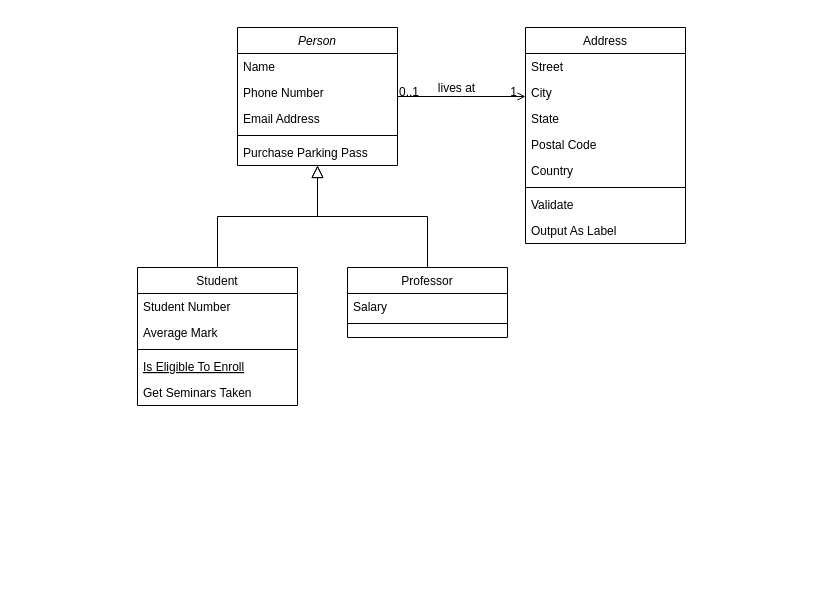
Earlier version of the draw.io diagram lab1/Shapes/Shapes.drawio (KRASILNIKOV30/ood). Source tidied: cells renumbered, new cells numbered last; positions are measured from the earlier drawing's top-left corner, leaving out a move shared by most shapes. Both pictures are drawn from the tidied source at 100%, with x=0, y=0 at pixel (137, 27).
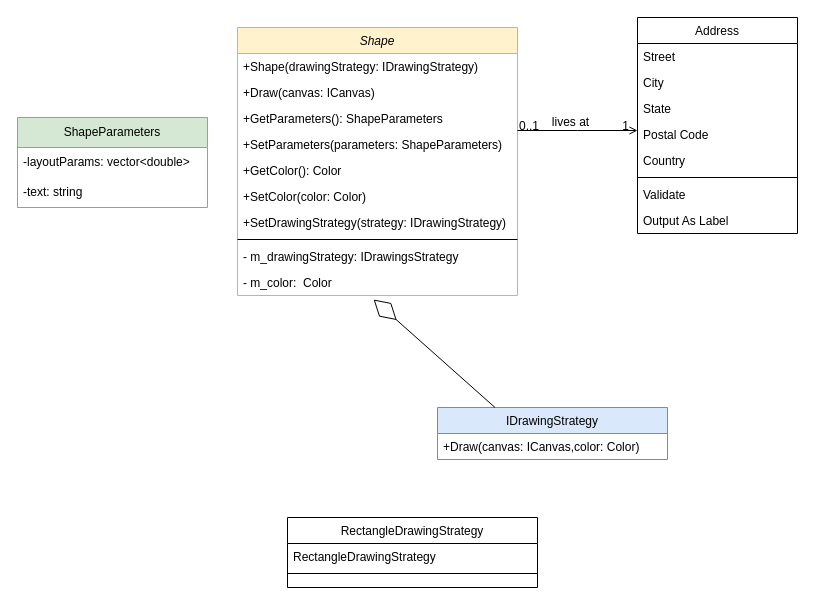
The same diagram, later.

What changed in the source:
```diff
@@
-    <mxCell id="2" value="Person" style="swimlane;fontStyle=2;align=center;verticalAlign=top;horizontal=1;startSize=26;rounded=0;shadow=0;strokeWidth=1;" parent="1" vertex="1">
-      <mxGeometry x="100" width="160" height="138" as="geometry" />
+    <mxCell id="2" value="Shape" style="swimlane;fontStyle=2;align=center;verticalAlign=top;horizontal=1;startSize=26;rounded=0;shadow=0;strokeWidth=1;fillColor=#fff2cc;strokeColor=#d6b656;" parent="1" vertex="1">
+      <mxGeometry x="100" width="280" height="268" as="geometry" />
     </mxCell>
-    <mxCell id="3" value="Name" style="text;align=left;verticalAlign=top;spacingLeft=4;spacingRight=4;overflow=hidden;" parent="2" vertex="1">
-      <mxGeometry y="26" width="160" height="26" as="geometry" />
+    <mxCell id="3" value="+Shape(drawingStrategy: IDrawingStrategy)" style="text;align=left;verticalAlign=top;spacingLeft=4;spacingRight=4;overflow=hidden;" parent="2" vertex="1">
+      <mxGeometry y="26" width="280" height="26" as="geometry" />
     </mxCell>
-    <mxCell id="4" value="Phone Number" style="text;align=left;verticalAlign=top;spacingLeft=4;spacingRight=4;overflow=hidden;rounded=0;shadow=0;html=0;" parent="2" vertex="1">
-      <mxGeometry y="52" width="160" height="26" as="geometry" />
+    <mxCell id="4" value="+Draw(canvas: ICanvas)" style="text;align=left;verticalAlign=top;spacingLeft=4;spacingRight=4;overflow=hidden;rounded=0;shadow=0;html=0;" parent="2" vertex="1">
+      <mxGeometry y="52" width="280" height="26" as="geometry" />
     </mxCell>
-    <mxCell id="5" value="Email Address" style="text;align=left;verticalAlign=top;spacingLeft=4;spacingRight=4;overflow=hidden;rounded=0;shadow=0;html=0;" parent="2" vertex="1">
-      <mxGeometry y="78" width="160" height="26" as="geometry" />
+    <mxCell id="5" value="+GetParameters(): ShapeParameters" style="text;align=left;verticalAlign=top;spacingLeft=4;spacingRight=4;overflow=hidden;rounded=0;shadow=0;html=0;" parent="2" vertex="1">
+      <mxGeometry y="78" width="280" height="26" as="geometry" />
     </mxCell>
+    <mxCell id="32" value="+SetParameters(parameters: ShapeParameters)" style="text;align=left;verticalAlign=top;spacingLeft=4;spacingRight=4;overflow=hidden;rounded=0;shadow=0;html=0;" parent="2" vertex="1">
+      <mxGeometry y="104" width="280" height="26" as="geometry" />
+    </mxCell>
+    <mxCell id="33" value="+GetColor(): Color&#10;" style="text;align=left;verticalAlign=top;spacingLeft=4;spacingRight=4;overflow=hidden;rounded=0;shadow=0;html=0;" parent="2" vertex="1">
+      <mxGeometry y="130" width="280" height="26" as="geometry" />
+    </mxCell>
+    <mxCell id="34" value="+SetColor(color: Color)" style="text;align=left;verticalAlign=top;spacingLeft=4;spacingRight=4;overflow=hidden;rounded=0;shadow=0;html=0;" parent="2" vertex="1">
+      <mxGeometry y="156" width="280" height="26" as="geometry" />
+    </mxCell>
+    <mxCell id="35" value="+SetDrawingStrategy(strategy: IDrawingStrategy)" style="text;align=left;verticalAlign=top;spacingLeft=4;spacingRight=4;overflow=hidden;rounded=0;shadow=0;html=0;" parent="2" vertex="1">
+      <mxGeometry y="182" width="280" height="26" as="geometry" />
+    </mxCell>
     <mxCell id="6" style="line;html=1;strokeWidth=1;align=left;verticalAlign=middle;spacingTop=-1;spacingLeft=3;spacingRight=3;labelPosition=right;" parent="2" vertex="1">
-      <mxGeometry y="104" width="160" height="8" as="geometry" />
+      <mxGeometry y="208" width="280" height="8" as="geometry" />
     </mxCell>
-    <mxCell id="7" value="Purchase Parking Pass" style="text;align=left;verticalAlign=top;spacingLeft=4;spacingRight=4;overflow=hidden;" parent="2" vertex="1">
-      <mxGeometry y="112" width="160" height="26" as="geometry" />
+    <mxCell id="7" value="- m_drawingStrategy: IDrawingsStrategy" style="text;align=left;verticalAlign=top;spacingLeft=4;spacingRight=4;overflow=hidden;" parent="2" vertex="1">
+      <mxGeometry y="216" width="280" height="26" as="geometry" />
     </mxCell>
+    <mxCell id="36" value="- m_color:  Color" style="text;align=left;verticalAlign=top;spacingLeft=4;spacingRight=4;overflow=hidden;points=[[0,0.5],[1,0.5]];portConstraint=eastwest;" parent="2" vertex="1">
+      <mxGeometry y="242" width="280" height="26" as="geometry" />
+    </mxCell>
-    <mxCell id="8" value="Student" style="swimlane;fontStyle=0;align=center;verticalAlign=top;horizontal=1;startSize=26;rounded=0;shadow=0;strokeWidth=1;" parent="1" vertex="1">
-      <mxGeometry y="240" width="160" height="138" as="geometry" />
+    <mxCell id="8" value="IDrawingStrategy" style="swimlane;fontStyle=0;align=center;verticalAlign=top;horizontal=1;startSize=26;rounded=0;shadow=0;strokeWidth=1;fillColor=#dae8fc;strokeColor=#6c8ebf;" parent="1" vertex="1">
+      <mxGeometry x="300" y="380" width="230" height="52" as="geometry" />
     </mxCell>
-    <mxCell id="9" value="Student Number" style="text;align=left;verticalAlign=top;spacingLeft=4;spacingRight=4;overflow=hidden;" parent="8" vertex="1">
-      <mxGeometry y="26" width="160" height="26" as="geometry" />
+    <mxCell id="9" value="+Draw(canvas: ICanvas,color: Color) " style="text;align=left;verticalAlign=top;spacingLeft=4;spacingRight=4;overflow=hidden;" parent="8" vertex="1">
+      <mxGeometry y="26" width="230" height="26" as="geometry" />
     </mxCell>
-    <mxCell id="10" value="Average Mark" style="text;align=left;verticalAlign=top;spacingLeft=4;spacingRight=4;overflow=hidden;rounded=0;shadow=0;html=0;" parent="8" vertex="1">
-      <mxGeometry y="52" width="160" height="26" as="geometry" />
-    </mxCell>
     <mxCell id="11" style="line;html=1;strokeWidth=1;align=left;verticalAlign=middle;spacingTop=-1;spacingLeft=3;spacingRight=3;labelPosition=right;" parent="8" vertex="1">
-      <mxGeometry y="78" width="160" height="8" as="geometry" />
+      <mxGeometry y="52" width="230" as="geometry" />
     </mxCell>
-    <mxCell id="12" value="Is Eligible To Enroll" style="text;align=left;verticalAlign=top;spacingLeft=4;spacingRight=4;overflow=hidden;fontStyle=4;" parent="8" vertex="1">
-      <mxGeometry y="86" width="160" height="26" as="geometry" />
-    </mxCell>
-    <mxCell id="13" value="Get Seminars Taken" style="text;align=left;verticalAlign=top;spacingLeft=4;spacingRight=4;overflow=hidden;" parent="8" vertex="1">
-      <mxGeometry y="112" width="160" height="26" as="geometry" />
-    </mxCell>
-    <mxCell id="14" style="endArrow=block;endSize=10;endFill=0;shadow=0;strokeWidth=1;rounded=0;edgeStyle=elbowEdgeStyle;elbow=vertical;" parent="1" edge="1" source="8" target="2">
-      <mxGeometry relative="1" as="geometry" />
-    </mxCell>
-    <mxCell id="15" value="Professor" style="swimlane;fontStyle=0;align=center;verticalAlign=top;horizontal=1;startSize=26;rounded=0;shadow=0;strokeWidth=1;" parent="1" vertex="1">
-      <mxGeometry x="210" y="240" width="160" height="70" as="geometry" />
+    <mxCell id="15" value="RectangleDrawingStrategy" style="swimlane;fontStyle=0;align=center;verticalAlign=top;horizontal=1;startSize=26;rounded=0;shadow=0;strokeWidth=1;" parent="1" vertex="1">
+      <mxGeometry x="150" y="490" width="250" height="70" as="geometry" />
     </mxCell>
-    <mxCell id="16" value="Salary" style="text;align=left;verticalAlign=top;spacingLeft=4;spacingRight=4;overflow=hidden;" parent="15" vertex="1">
-      <mxGeometry y="26" width="160" height="26" as="geometry" />
+    <mxCell id="16" value="RectangleDrawingStrategy" style="text;align=left;verticalAlign=top;spacingLeft=4;spacingRight=4;overflow=hidden;" parent="15" vertex="1">
+      <mxGeometry y="26" width="250" height="26" as="geometry" />
     </mxCell>
     <mxCell id="17" style="line;html=1;strokeWidth=1;align=left;verticalAlign=middle;spacingTop=-1;spacingLeft=3;spacingRight=3;labelPosition=right;" parent="15" vertex="1">
-      <mxGeometry y="52" width="160" height="8" as="geometry" />
+      <mxGeometry y="52" width="250" height="8" as="geometry" />
     </mxCell>
-    <mxCell id="18" style="endArrow=block;endSize=10;endFill=0;shadow=0;strokeWidth=1;rounded=0;edgeStyle=elbowEdgeStyle;elbow=vertical;" parent="1" edge="1" source="15" target="2">
-      <mxGeometry relative="1" as="geometry" />
-    </mxCell>
     <mxCell id="19" value="Address" style="swimlane;fontStyle=0;align=center;verticalAlign=top;horizontal=1;startSize=26;rounded=0;shadow=0;strokeWidth=1;" parent="1" vertex="1">
-      <mxGeometry x="388" width="160" height="216" as="geometry" />
+      <mxGeometry x="500" y="-10" width="160" height="216" as="geometry" />
     </mxCell>
@@
+    <mxCell id="37" style="endArrow=diamondThin;html=1;rounded=0;exitX=0.25;exitY=0;exitDx=0;exitDy=0;entryX=0.486;entryY=1.154;entryDx=0;entryDy=0;entryPerimeter=0;endFill=0;endSize=28;" parent="1" edge="1" source="8" target="36">
+      <mxGeometry relative="1" as="geometry" />
+    </mxCell>
+    <mxCell id="38" value="ShapeParameters" style="swimlane;fontStyle=0;horizontal=1;startSize=30;whiteSpace=wrap;html=1;fillColor=#d5e8d4;strokeColor=#82b366;" parent="1" vertex="1">
+      <mxGeometry x="-120" y="90" width="190" height="90" as="geometry" />
+    </mxCell>
+    <mxCell id="39" value="-layoutParams: vector&amp;lt;double&amp;gt;" style="text;strokeColor=none;fillColor=none;align=left;verticalAlign=middle;spacingLeft=4;spacingRight=4;overflow=hidden;whiteSpace=wrap;html=1;" parent="38" vertex="1">
+      <mxGeometry y="30" width="190" height="30" as="geometry" />
+    </mxCell>
+    <mxCell id="40" value="-text: string" style="text;strokeColor=none;fillColor=none;align=left;verticalAlign=middle;spacingLeft=4;spacingRight=4;overflow=hidden;whiteSpace=wrap;html=1;" parent="38" vertex="1">
+      <mxGeometry y="60" width="190" height="30" as="geometry" />
+    </mxCell>
```
